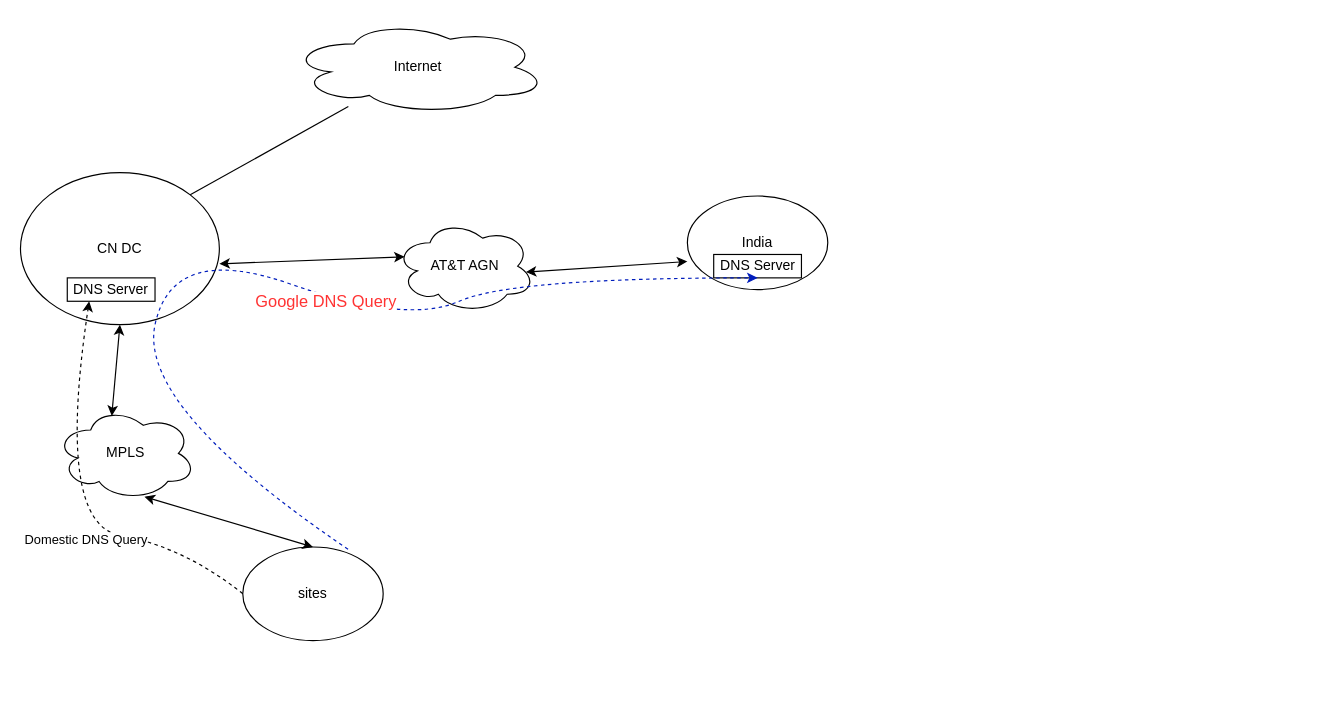
Before: Untitled Diagram1.drawio in amuRico/follow, a draw.io diagram. Source tidied: cells renumbered, new cells numbered last; positions are measured from the earlier drawing's top-left corner, leaving out a move shared by most shapes. Both pictures are drawn from the tidied source at 117%, with x=0, y=0 at pixel (20, 20).
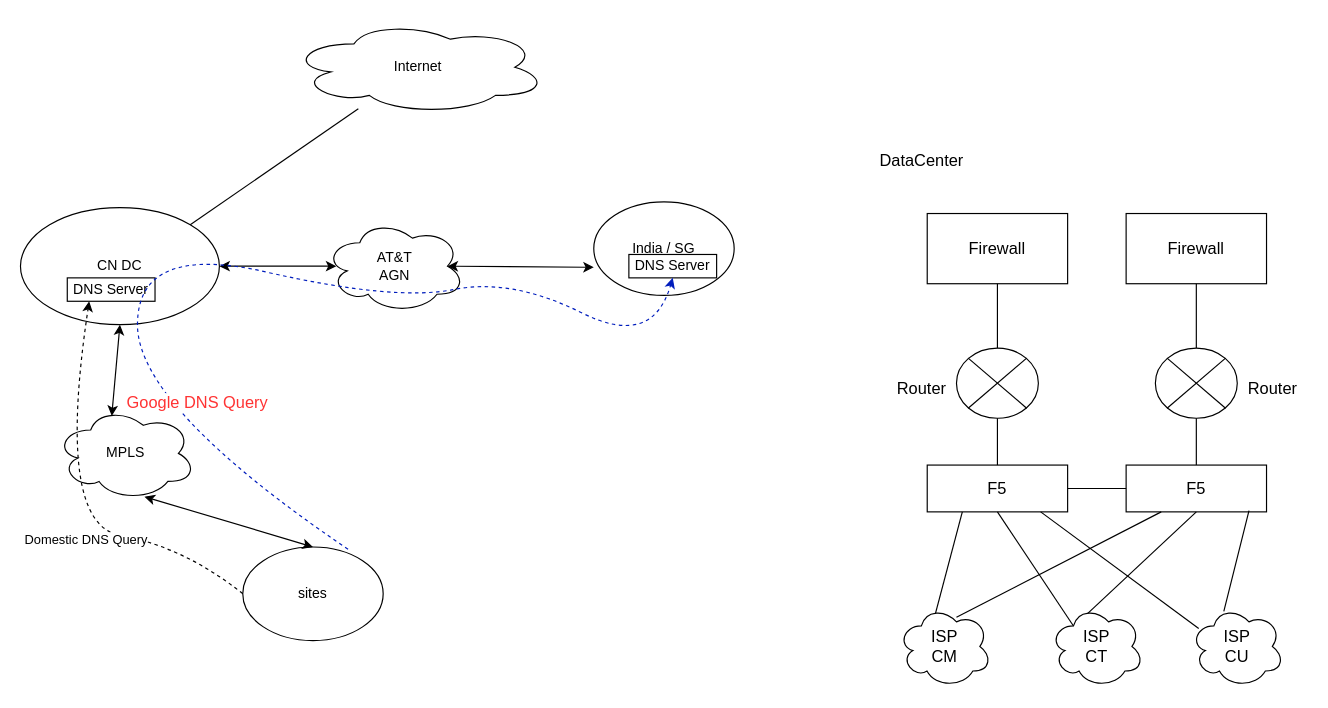
The same page after the edit.

The change refers to these unchanged cells:
```xml
<mxCell id="4" value="sites" style="ellipse;whiteSpace=wrap;html=1;" parent="1" vertex="1">
  <mxGeometry x="190" y="450" width="120" height="80" as="geometry" />
</mxCell>
```

The edit, as a diff of the source:
```diff
@@
     <mxCell id="2" value="CN DC" style="ellipse;whiteSpace=wrap;html=1;" parent="1" vertex="1">
-      <mxGeometry y="130" width="170" height="130" as="geometry" />
+      <mxGeometry y="160" width="170" height="100" as="geometry" />
     </mxCell>
-    <mxCell id="3" value="India" style="ellipse;whiteSpace=wrap;html=1;" parent="1" vertex="1">
-      <mxGeometry x="570" y="150" width="120" height="80" as="geometry" />
+    <mxCell id="3" value="India / SG" style="ellipse;whiteSpace=wrap;html=1;" parent="1" vertex="1">
+      <mxGeometry x="490" y="155" width="120" height="80" as="geometry" />
     </mxCell>
@@
-    <mxCell id="5" value="AT&amp;amp;T AGN" style="ellipse;shape=cloud;whiteSpace=wrap;html=1;" parent="1" vertex="1">
-      <mxGeometry x="320" y="170" width="120" height="80" as="geometry" />
+    <mxCell id="5" value="&lt;div&gt;AT&amp;amp;T &lt;br&gt;&lt;/div&gt;&lt;div&gt;AGN&lt;/div&gt;" style="ellipse;shape=cloud;whiteSpace=wrap;html=1;" parent="1" vertex="1">
+      <mxGeometry x="260" y="170" width="120" height="80" as="geometry" />
     </mxCell>
@@
-    <mxCell id="7" style="endArrow=classic;startArrow=classic;html=1;rounded=0;entryX=0;entryY=0.7;entryDx=0;entryDy=0;entryPerimeter=0;exitX=0.933;exitY=0.563;exitDx=0;exitDy=0;exitPerimeter=0;" parent="1" edge="1" source="5" target="3">
+    <mxCell id="7" style="endArrow=classic;startArrow=classic;html=1;rounded=0;entryX=0;entryY=0.7;entryDx=0;entryDy=0;entryPerimeter=0;exitX=0.875;exitY=0.5;exitDx=0;exitDy=0;exitPerimeter=0;" parent="1" edge="1" source="5" target="3">
       <mxGeometry relative="1" as="geometry" />
     </mxCell>
@@
-    <mxCell id="15" style="endArrow=classic;startArrow=classic;html=1;rounded=0;entryX=0.07;entryY=0.4;entryDx=0;entryDy=0;entryPerimeter=0;exitX=1;exitY=0.6;exitDx=0;exitDy=0;exitPerimeter=0;" parent="1" edge="1" source="2" target="5">
-      <mxGeometry relative="1" as="geometry" />
+    <mxCell id="15" style="endArrow=classic;startArrow=classic;html=1;rounded=0;exitX=1;exitY=0.5;exitDx=0;exitDy=0;" parent="1" edge="1" source="2">
+      <mxGeometry relative="1" as="geometry">
+        <mxPoint x="270" y="210" as="targetPoint" />
+      </mxGeometry>
     </mxCell>
     <mxCell id="16" value="DNS Server" style="rounded=0;whiteSpace=wrap;html=1;" parent="1" vertex="1">
-      <mxGeometry x="592.5" y="200" width="75" height="20" as="geometry" />
+      <mxGeometry x="520" y="200" width="75" height="20" as="geometry" />
     </mxCell>
     <mxCell id="17" style="curved=1;endArrow=classic;html=1;rounded=0;exitX=0.75;exitY=0.025;exitDx=0;exitDy=0;exitPerimeter=0;entryX=0.5;entryY=1;entryDx=0;entryDy=0;fillColor=#0050ef;strokeColor=#001DBC;dashed=1;" parent="1" edge="1" source="4" target="16">
       <mxGeometry relative="1" as="geometry">
         <Array as="points">
           <mxPoint x="100" y="330" />
-          <mxPoint x="130" y="190" />
-          <mxPoint x="330" y="260" />
+          <mxPoint x="100" y="190" />
+          <mxPoint x="320" y="240" />
           <mxPoint x="420" y="220" />
+          <mxPoint x="540" y="280" />
         </Array>
       </mxGeometry>
     </mxCell>
     <mxCell id="18" value="&lt;font color=&quot;#FF3333&quot;&gt;Google DNS Query&lt;/font&gt;" style="edgeLabel;html=1;align=center;verticalAlign=middle;fontSize=14;fontColor=#FFB570;" parent="17" vertex="1">
       <mxGeometry x="0.28" y="10" relative="1" as="geometry">
-        <mxPoint x="-65" y="-8" as="offset" />
+        <mxPoint x="-153" y="100" as="offset" />
       </mxGeometry>
     </mxCell>
+    <mxCell id="19" style="verticalLabelPosition=bottom;verticalAlign=top;html=1;shape=mxgraph.flowchart.or;fontSize=14;fontColor=none;" parent="1" vertex="1">
+      <mxGeometry x="800" y="280" width="70" height="60" as="geometry" />
+    </mxCell>
+    <mxCell id="20" style="verticalLabelPosition=bottom;verticalAlign=top;html=1;shape=mxgraph.flowchart.or;fontSize=14;fontColor=none;" parent="1" vertex="1">
+      <mxGeometry x="970" y="280" width="70" height="60" as="geometry" />
+    </mxCell>
+    <mxCell id="21" value="Firewall" style="rounded=0;whiteSpace=wrap;html=1;fontSize=14;fontColor=none;" parent="1" vertex="1">
+      <mxGeometry x="775" y="165" width="120" height="60" as="geometry" />
+    </mxCell>
+    <mxCell id="22" value="&lt;div&gt;Firewall&lt;/div&gt;" style="rounded=0;whiteSpace=wrap;html=1;fontSize=14;fontColor=none;" parent="1" vertex="1">
+      <mxGeometry x="945" y="165" width="120" height="60" as="geometry" />
+    </mxCell>
+    <mxCell id="23" value="F5" style="rounded=0;whiteSpace=wrap;html=1;fontSize=14;fontColor=none;" parent="1" vertex="1">
+      <mxGeometry x="775" y="380" width="120" height="40" as="geometry" />
+    </mxCell>
+    <mxCell id="24" value="F5" style="rounded=0;whiteSpace=wrap;html=1;fontSize=14;fontColor=none;" parent="1" vertex="1">
+      <mxGeometry x="945" y="380" width="120" height="40" as="geometry" />
+    </mxCell>
+    <mxCell id="25" style="endArrow=none;html=1;rounded=0;fontSize=14;fontColor=none;entryX=0.5;entryY=1;entryDx=0;entryDy=0;" parent="1" edge="1" source="19" target="21">
+      <mxGeometry relative="1" as="geometry" />
+    </mxCell>
+    <mxCell id="26" style="endArrow=none;html=1;rounded=0;fontSize=14;fontColor=none;entryX=0.5;entryY=1;entryDx=0;entryDy=0;" parent="1" edge="1" target="22">
+      <mxGeometry relative="1" as="geometry">
+        <mxPoint x="1005" y="280" as="sourcePoint" />
+      </mxGeometry>
+    </mxCell>
+    <mxCell id="27" style="endArrow=none;html=1;rounded=0;fontSize=14;fontColor=none;entryX=0.5;entryY=1;entryDx=0;entryDy=0;entryPerimeter=0;" parent="1" edge="1" target="19">
+      <mxGeometry relative="1" as="geometry">
+        <mxPoint x="835" y="380" as="sourcePoint" />
+      </mxGeometry>
+    </mxCell>
+    <mxCell id="28" style="endArrow=none;html=1;rounded=0;fontSize=14;fontColor=none;entryX=0.5;entryY=1;entryDx=0;entryDy=0;entryPerimeter=0;exitX=0.5;exitY=0;exitDx=0;exitDy=0;" parent="1" edge="1" source="24" target="20">
+      <mxGeometry relative="1" as="geometry" />
+    </mxCell>
+    <mxCell id="29" style="endArrow=none;html=1;rounded=0;fontSize=14;fontColor=none;entryX=0;entryY=0.5;entryDx=0;entryDy=0;exitX=1;exitY=0.5;exitDx=0;exitDy=0;" parent="1" edge="1" source="23" target="24">
+      <mxGeometry relative="1" as="geometry" />
+    </mxCell>
+    <mxCell id="30" value="&lt;div&gt;ISP &lt;br&gt;&lt;/div&gt;&lt;div&gt;CM&lt;/div&gt;" style="ellipse;shape=cloud;whiteSpace=wrap;html=1;fontSize=14;fontColor=none;" parent="1" vertex="1">
+      <mxGeometry x="750" y="500" width="80" height="70" as="geometry" />
+    </mxCell>
+    <mxCell id="31" value="&lt;div&gt;ISP &lt;br&gt;&lt;/div&gt;&lt;div&gt;CT&lt;/div&gt;" style="ellipse;shape=cloud;whiteSpace=wrap;html=1;fontSize=14;fontColor=none;" parent="1" vertex="1">
+      <mxGeometry x="880" y="500" width="80" height="70" as="geometry" />
+    </mxCell>
+    <mxCell id="32" value="&lt;div&gt;ISP &lt;br&gt;&lt;/div&gt;&lt;div&gt;CU&lt;/div&gt;" style="ellipse;shape=cloud;whiteSpace=wrap;html=1;fontSize=14;fontColor=none;" parent="1" vertex="1">
+      <mxGeometry x="1000" y="500" width="80" height="70" as="geometry" />
+    </mxCell>
+    <mxCell id="33" style="endArrow=none;html=1;rounded=0;fontSize=14;fontColor=none;entryX=0.25;entryY=1;entryDx=0;entryDy=0;exitX=0.4;exitY=0.1;exitDx=0;exitDy=0;exitPerimeter=0;" parent="1" edge="1" source="30" target="23">
+      <mxGeometry relative="1" as="geometry" />
+    </mxCell>
+    <mxCell id="34" style="endArrow=none;html=1;rounded=0;fontSize=14;fontColor=none;entryX=0.25;entryY=1;entryDx=0;entryDy=0;" parent="1" edge="1" target="24">
+      <mxGeometry relative="1" as="geometry">
+        <mxPoint x="800" y="510" as="sourcePoint" />
+      </mxGeometry>
+    </mxCell>
+    <mxCell id="35" style="endArrow=none;html=1;rounded=0;fontSize=14;fontColor=none;entryX=0.5;entryY=1;entryDx=0;entryDy=0;exitX=0.25;exitY=0.25;exitDx=0;exitDy=0;exitPerimeter=0;" parent="1" edge="1" source="31" target="23">
+      <mxGeometry relative="1" as="geometry" />
+    </mxCell>
+    <mxCell id="36" style="endArrow=none;html=1;rounded=0;fontSize=14;fontColor=none;entryX=0.5;entryY=1;entryDx=0;entryDy=0;exitX=0.4;exitY=0.1;exitDx=0;exitDy=0;exitPerimeter=0;" parent="1" edge="1" source="31" target="24">
+      <mxGeometry relative="1" as="geometry" />
+    </mxCell>
+    <mxCell id="37" style="endArrow=none;html=1;rounded=0;fontSize=14;fontColor=none;entryX=0.808;entryY=1;entryDx=0;entryDy=0;exitX=0.088;exitY=0.28;exitDx=0;exitDy=0;exitPerimeter=0;entryPerimeter=0;" parent="1" edge="1" source="32" target="23">
+      <mxGeometry relative="1" as="geometry" />
+    </mxCell>
+    <mxCell id="38" style="endArrow=none;html=1;rounded=0;fontSize=14;fontColor=none;entryX=0.875;entryY=0.975;entryDx=0;entryDy=0;exitX=0.4;exitY=0.1;exitDx=0;exitDy=0;exitPerimeter=0;entryPerimeter=0;" parent="1" edge="1" target="24">
+      <mxGeometry relative="1" as="geometry">
+        <mxPoint x="1028.5" y="505" as="sourcePoint" />
+      </mxGeometry>
+    </mxCell>
+    <mxCell id="39" value="&lt;div&gt;DataCenter&lt;/div&gt;" style="text;html=1;align=center;verticalAlign=middle;strokeColor=none;fillColor=none;fontSize=14;fontColor=none;" parent="1" vertex="1">
+      <mxGeometry x="725" y="110" width="90" height="20" as="geometry" />
+    </mxCell>
+    <mxCell id="40" value="Router" style="text;html=1;align=center;verticalAlign=middle;strokeColor=none;fillColor=none;fontSize=14;fontColor=none;" parent="1" vertex="1">
+      <mxGeometry x="740" y="305" width="60" height="20" as="geometry" />
+    </mxCell>
+    <mxCell id="41" value="Router" style="text;html=1;align=center;verticalAlign=middle;strokeColor=none;fillColor=none;fontSize=14;fontColor=none;" parent="1" vertex="1">
+      <mxGeometry x="1040" y="305" width="60" height="20" as="geometry" />
+    </mxCell>
```
